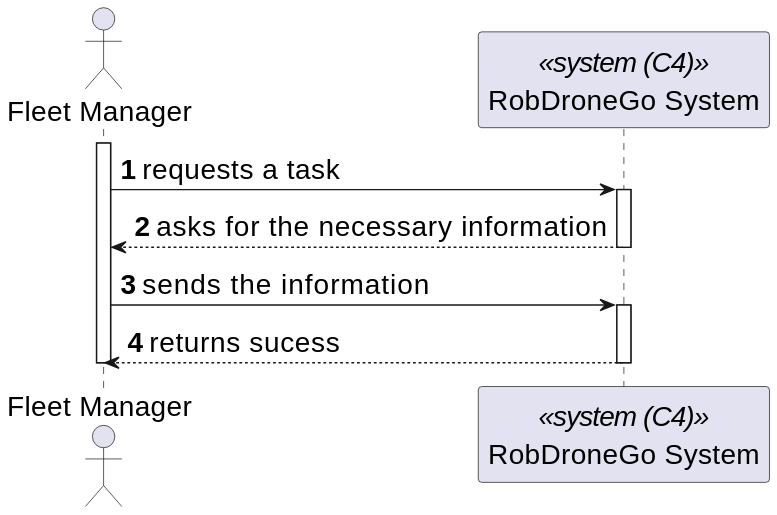
This is _wiki/sprint-c/us-460/views/level-1/assets/process-view.svg from miseEnPlace-dev/lapr5, a PlantUML export, as it was before one commit. Its diagram source:
```plantuml
@startuml
skinparamlocked defaultFontSize 20
autonumber

actor FM as "Fleet Manager"
participant SYS as "RobDroneGo System" <<system (C4)>>

activate FM

FM -> SYS : requests a task
activate SYS

FM <-- SYS : asks for the necessary information
deactivate SYS

FM -> SYS : sends the information
activate SYS

FM <-- SYS : returns sucess
deactivate SYS

deactivate FM
@enduml
```
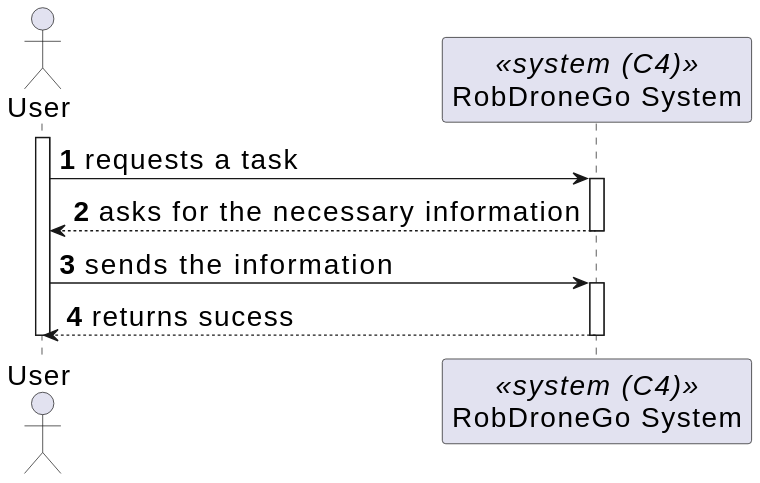
Later version of the same file.

Diff of the diagram source:
```diff
@@ -2,22 +2,22 @@
 skinparamlocked defaultFontSize 20
 autonumber
 
-actor FM as "Fleet Manager"
+actor User as "User"
 participant SYS as "RobDroneGo System" <<system (C4)>>
 
-activate FM
+activate User
 
-FM -> SYS : requests a task
+User -> SYS : requests a task
 activate SYS
 
-FM <-- SYS : asks for the necessary information
+User <-- SYS : asks for the necessary information
 deactivate SYS
 
-FM -> SYS : sends the information
+User -> SYS : sends the information
 activate SYS
 
-FM <-- SYS : returns sucess
+User <-- SYS : returns sucess
 deactivate SYS
 
-deactivate FM
+deactivate User
 @enduml
```
